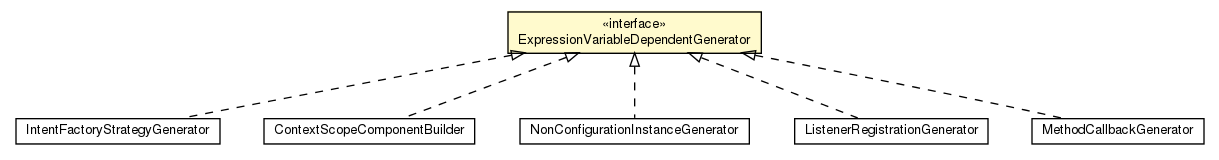
Before: javadocs/main/org/androidtransfuse/gen/componentBuilder/ExpressionVariableDependentGenerator.png, a diagram exported from Graphviz (johncarl81/transfuse). Its source is kept beside it as javadocs/main/org/androidtransfuse/gen/componentBuilder/ExpressionVariableDependentGenerator.dot. Source of this version:
```dot

digraph G {
	edge [fontname="Helvetica",fontsize=10,labelfontname="Helvetica",labelfontsize=10];
	node [fontname="Helvetica",fontsize=10,shape=plaintext];
	nodesep=0.25;
	ranksep=0.5;
	c92660 [label=<<table title="org.androidtransfuse.gen.IntentFactoryStrategyGenerator" border="0" cellborder="1" cellspacing="0" cellpadding="2" port="p" href="../IntentFactoryStrategyGenerator.html">
		<tr><td><table border="0" cellspacing="0" cellpadding="1">
<tr><td align="center" balign="center"> IntentFactoryStrategyGenerator </td></tr>
		</table></td></tr>
		</table>>, fontname="Helvetica", fontcolor="black", fontsize=10.0];
	c92739 [label=<<table title="org.androidtransfuse.gen.componentBuilder.ContextScopeComponentBuilder" border="0" cellborder="1" cellspacing="0" cellpadding="2" port="p" href="./ContextScopeComponentBuilder.html">
		<tr><td><table border="0" cellspacing="0" cellpadding="1">
<tr><td align="center" balign="center"> ContextScopeComponentBuilder </td></tr>
		</table></td></tr>
		</table>>, fontname="Helvetica", fontcolor="black", fontsize=10.0];
	c92745 [label=<<table title="org.androidtransfuse.gen.componentBuilder.NonConfigurationInstanceGenerator" border="0" cellborder="1" cellspacing="0" cellpadding="2" port="p" href="./NonConfigurationInstanceGenerator.html">
		<tr><td><table border="0" cellspacing="0" cellpadding="1">
<tr><td align="center" balign="center"> NonConfigurationInstanceGenerator </td></tr>
		</table></td></tr>
		</table>>, fontname="Helvetica", fontcolor="black", fontsize=10.0];
	c92747 [label=<<table title="org.androidtransfuse.gen.componentBuilder.ListenerRegistrationGenerator" border="0" cellborder="1" cellspacing="0" cellpadding="2" port="p" href="./ListenerRegistrationGenerator.html">
		<tr><td><table border="0" cellspacing="0" cellpadding="1">
<tr><td align="center" balign="center"> ListenerRegistrationGenerator </td></tr>
		</table></td></tr>
		</table>>, fontname="Helvetica", fontcolor="black", fontsize=10.0];
	c92751 [label=<<table title="org.androidtransfuse.gen.componentBuilder.MethodCallbackGenerator" border="0" cellborder="1" cellspacing="0" cellpadding="2" port="p" href="./MethodCallbackGenerator.html">
		<tr><td><table border="0" cellspacing="0" cellpadding="1">
<tr><td align="center" balign="center"> MethodCallbackGenerator </td></tr>
		</table></td></tr>
		</table>>, fontname="Helvetica", fontcolor="black", fontsize=10.0];
	c92754 [label=<<table title="org.androidtransfuse.gen.componentBuilder.ExpressionVariableDependentGenerator" border="0" cellborder="1" cellspacing="0" cellpadding="2" port="p" bgcolor="lemonChiffon" href="./ExpressionVariableDependentGenerator.html">
		<tr><td><table border="0" cellspacing="0" cellpadding="1">
<tr><td align="center" balign="center"> &#171;interface&#187; </td></tr>
<tr><td align="center" balign="center"> ExpressionVariableDependentGenerator </td></tr>
		</table></td></tr>
		</table>>, fontname="Helvetica", fontcolor="black", fontsize=10.0];
	c92754:p -> c92660:p [dir=back,arrowtail=empty,style=dashed];
	c92754:p -> c92739:p [dir=back,arrowtail=empty,style=dashed];
	c92754:p -> c92745:p [dir=back,arrowtail=empty,style=dashed];
	c92754:p -> c92747:p [dir=back,arrowtail=empty,style=dashed];
	c92754:p -> c92751:p [dir=back,arrowtail=empty,style=dashed];
}
```
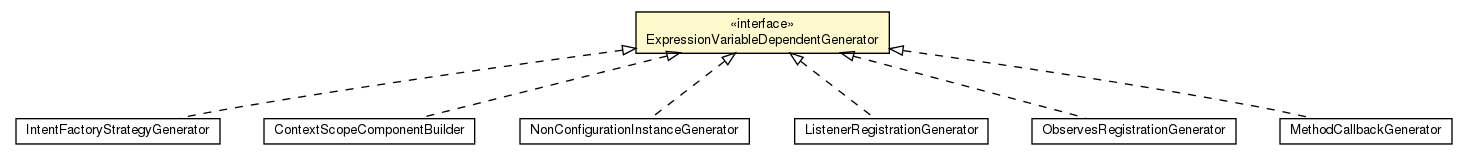
After the change.

Diff of the diagram source:
```diff
@@ -4,40 +4,46 @@
 	node [fontname="Helvetica",fontsize=10,shape=plaintext];
 	nodesep=0.25;
 	ranksep=0.5;
-	c92660 [label=<<table title="org.androidtransfuse.gen.IntentFactoryStrategyGenerator" border="0" cellborder="1" cellspacing="0" cellpadding="2" port="p" href="../IntentFactoryStrategyGenerator.html">
+	c150477 [label=<<table title="org.androidtransfuse.gen.IntentFactoryStrategyGenerator" border="0" cellborder="1" cellspacing="0" cellpadding="2" port="p" href="../IntentFactoryStrategyGenerator.html">
 		<tr><td><table border="0" cellspacing="0" cellpadding="1">
 <tr><td align="center" balign="center"> IntentFactoryStrategyGenerator </td></tr>
 		</table></td></tr>
 		</table>>, fontname="Helvetica", fontcolor="black", fontsize=10.0];
-	c92739 [label=<<table title="org.androidtransfuse.gen.componentBuilder.ContextScopeComponentBuilder" border="0" cellborder="1" cellspacing="0" cellpadding="2" port="p" href="./ContextScopeComponentBuilder.html">
+	c150573 [label=<<table title="org.androidtransfuse.gen.componentBuilder.ContextScopeComponentBuilder" border="0" cellborder="1" cellspacing="0" cellpadding="2" port="p" href="./ContextScopeComponentBuilder.html">
 		<tr><td><table border="0" cellspacing="0" cellpadding="1">
 <tr><td align="center" balign="center"> ContextScopeComponentBuilder </td></tr>
 		</table></td></tr>
 		</table>>, fontname="Helvetica", fontcolor="black", fontsize=10.0];
-	c92745 [label=<<table title="org.androidtransfuse.gen.componentBuilder.NonConfigurationInstanceGenerator" border="0" cellborder="1" cellspacing="0" cellpadding="2" port="p" href="./NonConfigurationInstanceGenerator.html">
+	c150579 [label=<<table title="org.androidtransfuse.gen.componentBuilder.NonConfigurationInstanceGenerator" border="0" cellborder="1" cellspacing="0" cellpadding="2" port="p" href="./NonConfigurationInstanceGenerator.html">
 		<tr><td><table border="0" cellspacing="0" cellpadding="1">
 <tr><td align="center" balign="center"> NonConfigurationInstanceGenerator </td></tr>
 		</table></td></tr>
 		</table>>, fontname="Helvetica", fontcolor="black", fontsize=10.0];
-	c92747 [label=<<table title="org.androidtransfuse.gen.componentBuilder.ListenerRegistrationGenerator" border="0" cellborder="1" cellspacing="0" cellpadding="2" port="p" href="./ListenerRegistrationGenerator.html">
+	c150581 [label=<<table title="org.androidtransfuse.gen.componentBuilder.ListenerRegistrationGenerator" border="0" cellborder="1" cellspacing="0" cellpadding="2" port="p" href="./ListenerRegistrationGenerator.html">
 		<tr><td><table border="0" cellspacing="0" cellpadding="1">
 <tr><td align="center" balign="center"> ListenerRegistrationGenerator </td></tr>
 		</table></td></tr>
 		</table>>, fontname="Helvetica", fontcolor="black", fontsize=10.0];
-	c92751 [label=<<table title="org.androidtransfuse.gen.componentBuilder.MethodCallbackGenerator" border="0" cellborder="1" cellspacing="0" cellpadding="2" port="p" href="./MethodCallbackGenerator.html">
+	c150583 [label=<<table title="org.androidtransfuse.gen.componentBuilder.ObservesRegistrationGenerator" border="0" cellborder="1" cellspacing="0" cellpadding="2" port="p" href="./ObservesRegistrationGenerator.html">
+		<tr><td><table border="0" cellspacing="0" cellpadding="1">
+<tr><td align="center" balign="center"> ObservesRegistrationGenerator </td></tr>
+		</table></td></tr>
+		</table>>, fontname="Helvetica", fontcolor="black", fontsize=10.0];
+	c150586 [label=<<table title="org.androidtransfuse.gen.componentBuilder.MethodCallbackGenerator" border="0" cellborder="1" cellspacing="0" cellpadding="2" port="p" href="./MethodCallbackGenerator.html">
 		<tr><td><table border="0" cellspacing="0" cellpadding="1">
 <tr><td align="center" balign="center"> MethodCallbackGenerator </td></tr>
 		</table></td></tr>
 		</table>>, fontname="Helvetica", fontcolor="black", fontsize=10.0];
-	c92754 [label=<<table title="org.androidtransfuse.gen.componentBuilder.ExpressionVariableDependentGenerator" border="0" cellborder="1" cellspacing="0" cellpadding="2" port="p" bgcolor="lemonChiffon" href="./ExpressionVariableDependentGenerator.html">
+	c150589 [label=<<table title="org.androidtransfuse.gen.componentBuilder.ExpressionVariableDependentGenerator" border="0" cellborder="1" cellspacing="0" cellpadding="2" port="p" bgcolor="lemonChiffon" href="./ExpressionVariableDependentGenerator.html">
 		<tr><td><table border="0" cellspacing="0" cellpadding="1">
 <tr><td align="center" balign="center"> &#171;interface&#187; </td></tr>
 <tr><td align="center" balign="center"> ExpressionVariableDependentGenerator </td></tr>
 		</table></td></tr>
 		</table>>, fontname="Helvetica", fontcolor="black", fontsize=10.0];
-	c92754:p -> c92660:p [dir=back,arrowtail=empty,style=dashed];
-	c92754:p -> c92739:p [dir=back,arrowtail=empty,style=dashed];
-	c92754:p -> c92745:p [dir=back,arrowtail=empty,style=dashed];
-	c92754:p -> c92747:p [dir=back,arrowtail=empty,style=dashed];
-	c92754:p -> c92751:p [dir=back,arrowtail=empty,style=dashed];
+	c150589:p -> c150477:p [dir=back,arrowtail=empty,style=dashed];
+	c150589:p -> c150573:p [dir=back,arrowtail=empty,style=dashed];
+	c150589:p -> c150579:p [dir=back,arrowtail=empty,style=dashed];
+	c150589:p -> c150581:p [dir=back,arrowtail=empty,style=dashed];
+	c150589:p -> c150583:p [dir=back,arrowtail=empty,style=dashed];
+	c150589:p -> c150586:p [dir=back,arrowtail=empty,style=dashed];
 }
```
